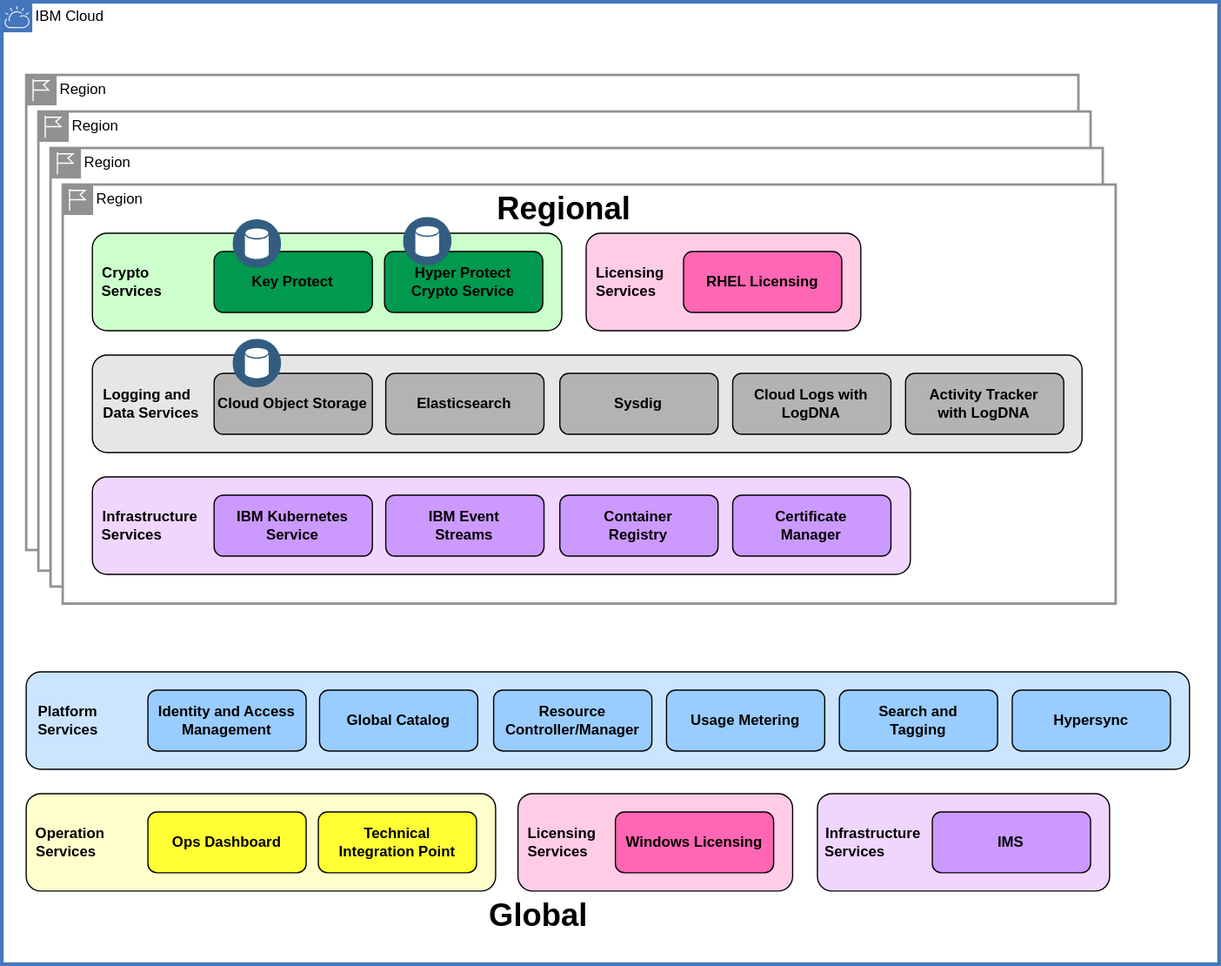
Before: images/vpc-dependencies-architecture.svg, a diagram exported from draw.io (ibm-cloud-docs/vpc). Source tidied: cells renumbered, new cells last; positions are measured from the earlier drawing's top-left corner, leaving out a move shared by most shapes.
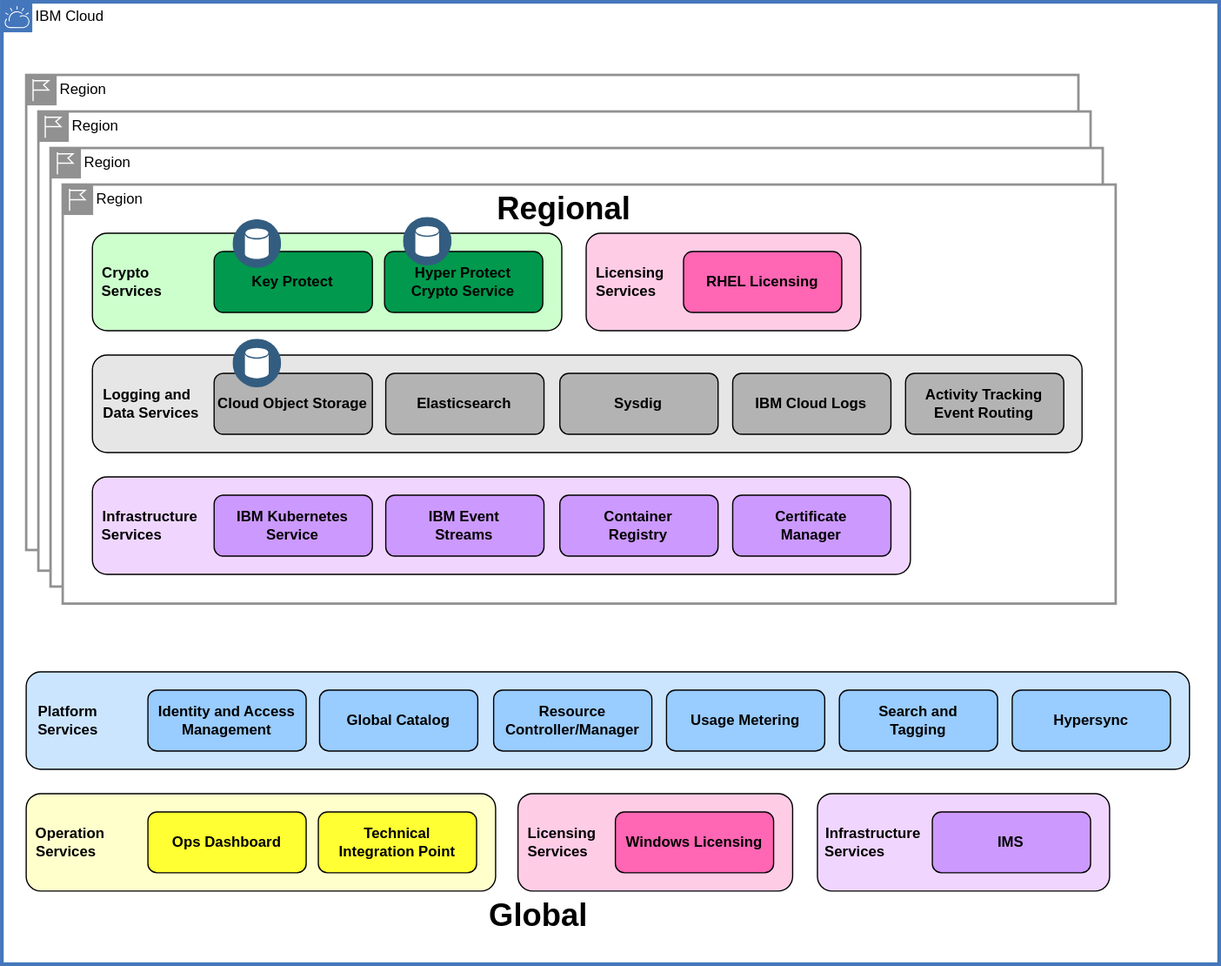
The same file after the commit.

What changed in the source:
```diff
@@ -47,10 +47,10 @@
     <mxCell id="16" value="Sysdig" style="rounded=1;whiteSpace=wrap;html=1;spacingLeft=0;fontStyle=1;fillColor=#B3B3B3;" parent="13" vertex="1">
       <mxGeometry x="384" y="15" width="130" height="50" as="geometry" />
     </mxCell>
-    <mxCell id="17" value="Cloud Logs with&lt;br&gt;LogDNA" style="rounded=1;whiteSpace=wrap;html=1;spacingLeft=0;fontStyle=1;fillColor=#B3B3B3;" parent="13" vertex="1">
+    <mxCell id="17" value="Cloud Logs&lt;br&gt;" style="rounded=1;whiteSpace=wrap;html=1;spacingLeft=0;fontStyle=1;fillColor=#B3B3B3;" parent="13" vertex="1">
       <mxGeometry x="526" y="15" width="130" height="50" as="geometry" />
     </mxCell>
-    <mxCell id="18" value="Activity Tracker&lt;br&gt;with LogDNA" style="rounded=1;whiteSpace=wrap;html=1;spacingLeft=0;fontStyle=1;fillColor=#B3B3B3;" parent="13" vertex="1">
+    <mxCell id="18" value="Activity Tracking&lt;br&gt;Event Routing" style="rounded=1;whiteSpace=wrap;html=1;spacingLeft=0;fontStyle=1;fillColor=#B3B3B3;" parent="13" vertex="1">
       <mxGeometry x="668" y="15" width="130" height="50" as="geometry" />
     </mxCell>
     <mxCell id="19" style="perimeter=ellipsePerimeter;html=1;align=center;shadow=0;dashed=0;fontColor=#4277BB;labelBackgroundColor=#ffffff;fontSize=12;spacingTop=3;image;image=img/lib/ibm/data/data_services.svg;fillColor=#CC99FF;" parent="13" vertex="1">
```
